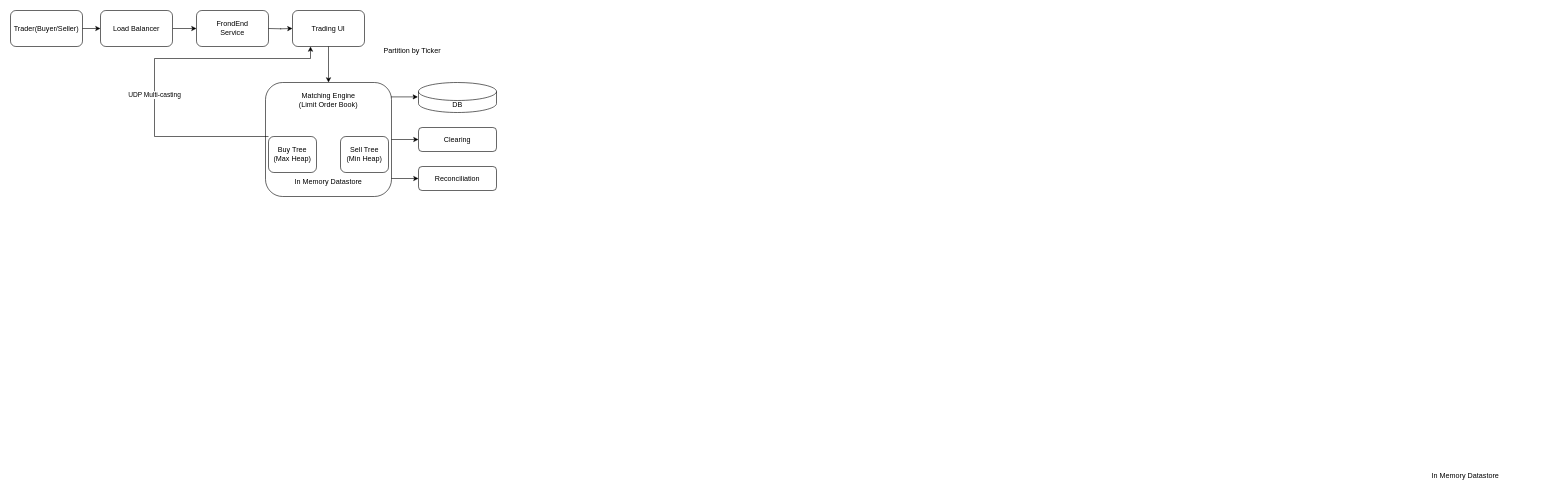
Above: 13_StockExchange.drawio in xwq172677170/SysdDiagram (draw.io), before the change. Source tidied: cells renumbered, new cells numbered last; positions are measured from the earlier drawing's top-left corner, leaving out a move shared by most shapes. Both pictures are drawn from the tidied source at 60%, with x=0, y=0 at pixel (10, 10).
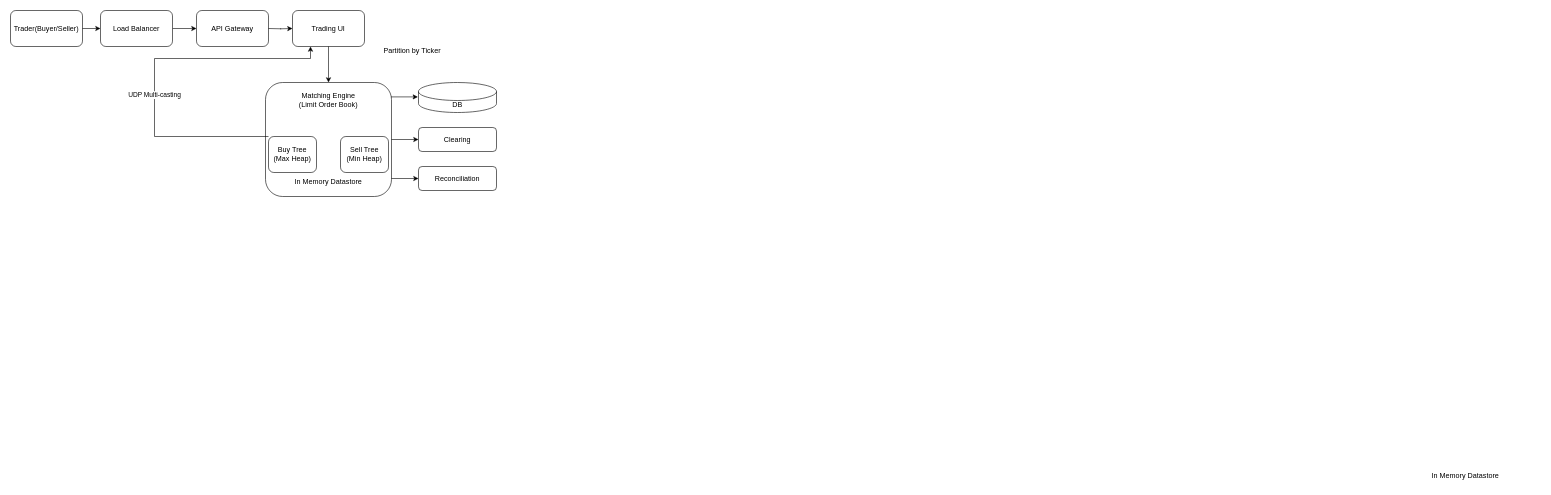
After the change.

What changed in the source:
```diff
@@
-    <mxCell id="12" value="FrondEnd&lt;br&gt;Service" style="rounded=1;whiteSpace=wrap;html=1;" parent="1" vertex="1">
+    <mxCell id="12" value="API Gateway" style="rounded=1;whiteSpace=wrap;html=1;" parent="1" vertex="1">
       <mxGeometry x="310" width="120" height="60" as="geometry" />
     </mxCell>
```
